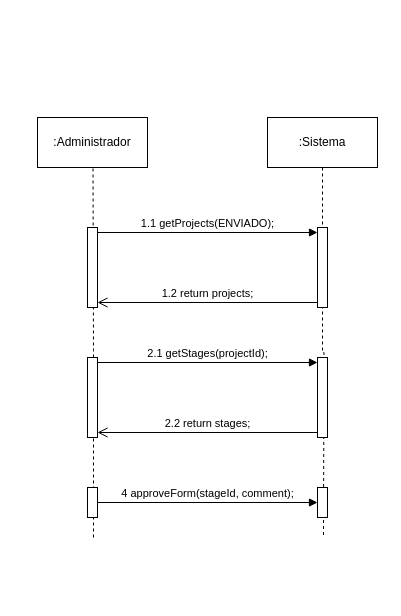
Earlier version of the draw.io diagram Trabalho final/5 - DSS/4 - Enviar feedback formulário.drawio (ViniciusKurek/CalculadoraAPS). Source tidied: cells renumbered, new cells numbered last; positions are measured from the earlier drawing's top-left corner, leaving out a move shared by most shapes. Both pictures are drawn from the tidied source at 100%, with x=0, y=0 at pixel (37, 117).
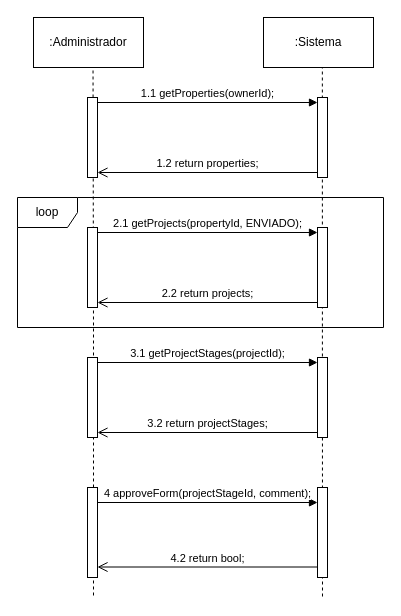
Above is the later version.

Unchanged cells that the change refers to:
```xml
<mxCell id="6" style="html=1;points=[[0,0,0,0,5],[0,1,0,0,-5],[1,0,0,0,5],[1,1,0,0,-5]];perimeter=orthogonalPerimeter;outlineConnect=0;targetShapes=umlLifeline;portConstraint=eastwest;newEdgeStyle={&quot;curved&quot;:0,&quot;rounded&quot;:0};" parent="1" vertex="1">
  <mxGeometry x="280" y="110" width="10" height="80" as="geometry" />
</mxCell>
<mxCell id="9" style="html=1;points=[[0,0,0,0,5],[0,1,0,0,-5],[1,0,0,0,5],[1,1,0,0,-5]];perimeter=orthogonalPerimeter;outlineConnect=0;targetShapes=umlLifeline;portConstraint=eastwest;newEdgeStyle={&quot;curved&quot;:0,&quot;rounded&quot;:0};" parent="1" vertex="1">
  <mxGeometry x="50" y="110" width="10" height="80" as="geometry" />
</mxCell>
<mxCell id="10" style="html=1;points=[[0,0,0,0,5],[0,1,0,0,-5],[1,0,0,0,5],[1,1,0,0,-5]];perimeter=orthogonalPerimeter;outlineConnect=0;targetShapes=umlLifeline;portConstraint=eastwest;newEdgeStyle={&quot;curved&quot;:0,&quot;rounded&quot;:0};" parent="1" vertex="1">
  <mxGeometry x="280" y="240" width="10" height="80" as="geometry" />
</mxCell>
<mxCell id="13" style="html=1;points=[[0,0,0,0,5],[0,1,0,0,-5],[1,0,0,0,5],[1,1,0,0,-5]];perimeter=orthogonalPerimeter;outlineConnect=0;targetShapes=umlLifeline;portConstraint=eastwest;newEdgeStyle={&quot;curved&quot;:0,&quot;rounded&quot;:0};" parent="1" vertex="1">
  <mxGeometry x="50" y="240" width="10" height="80" as="geometry" />
</mxCell>
```

Diff of the diagram source:
```diff
@@
     <mxCell id="2" style="edgeStyle=orthogonalEdgeStyle;rounded=0;orthogonalLoop=1;jettySize=auto;html=1;endArrow=none;endFill=0;dashed=1;" parent="1" edge="1">
       <mxGeometry relative="1" as="geometry">
-        <mxPoint x="55.5" y="45" as="sourcePoint" />
-        <mxPoint x="56" y="420" as="targetPoint" />
+        <mxPoint x="55.5" y="-65" as="sourcePoint" />
+        <mxPoint x="56" y="480" as="targetPoint" />
       </mxGeometry>
     </mxCell>
     <mxCell id="3" value=":Administrador" style="html=1;whiteSpace=wrap;" parent="1" vertex="1">
-      <mxGeometry width="110" height="50" as="geometry" />
+      <mxGeometry x="-4" y="-100" width="110" height="50" as="geometry" />
     </mxCell>
-    <mxCell id="4" style="edgeStyle=orthogonalEdgeStyle;rounded=0;jettySize=auto;html=1;dashed=1;endArrow=none;endFill=0;" parent="1" edge="1" source="5">
+    <mxCell id="4" style="edgeStyle=orthogonalEdgeStyle;rounded=0;jettySize=auto;html=1;dashed=1;endArrow=none;endFill=0;exitX=0.535;exitY=0.96;exitDx=0;exitDy=0;exitPerimeter=0;" parent="1" edge="1" source="5">
       <mxGeometry relative="1" as="geometry">
-        <mxPoint x="286" y="420" as="targetPoint" />
+        <mxPoint x="285" y="480" as="targetPoint" />
       </mxGeometry>
     </mxCell>
     <mxCell id="5" value=":Sistema" style="html=1;whiteSpace=wrap;" parent="1" vertex="1">
-      <mxGeometry x="230" width="110" height="50" as="geometry" />
+      <mxGeometry x="226" y="-100" width="110" height="50" as="geometry" />
     </mxCell>
@@
-    <mxCell id="7" value="1.1 getProjects(ENVIADO);" style="html=1;verticalAlign=bottom;endArrow=block;curved=0;rounded=0;entryX=0;entryY=0;entryDx=0;entryDy=5;exitX=1;exitY=0;exitDx=0;exitDy=5;exitPerimeter=0;" parent="1" edge="1" source="9" target="6">
+    <mxCell id="7" value="2.1 getProjects(propertyId, ENVIADO);" style="html=1;verticalAlign=bottom;endArrow=block;curved=0;rounded=0;entryX=0;entryY=0;entryDx=0;entryDy=5;exitX=1;exitY=0;exitDx=0;exitDy=5;exitPerimeter=0;" parent="1" edge="1" source="9" target="6">
       <mxGeometry relative="1" as="geometry" />
     </mxCell>
-    <mxCell id="8" value="1.2 return projects;" style="html=1;verticalAlign=bottom;endArrow=open;endSize=8;curved=0;rounded=0;exitX=0;exitY=1;exitDx=0;exitDy=-5;entryX=1;entryY=1;entryDx=0;entryDy=-5;entryPerimeter=0;" parent="1" edge="1" source="6" target="9">
+    <mxCell id="8" value="2.2 return projects;" style="html=1;verticalAlign=bottom;endArrow=open;endSize=8;curved=0;rounded=0;exitX=0;exitY=1;exitDx=0;exitDy=-5;entryX=1;entryY=1;entryDx=0;entryDy=-5;entryPerimeter=0;" parent="1" edge="1" source="6" target="9">
       <mxGeometry relative="1" as="geometry" />
     </mxCell>
@@
-    <mxCell id="11" value="2.1 getStages(projectId);" style="html=1;verticalAlign=bottom;endArrow=block;curved=0;rounded=0;entryX=0;entryY=0;entryDx=0;entryDy=5;exitX=1;exitY=0;exitDx=0;exitDy=5;exitPerimeter=0;" parent="1" edge="1" source="13" target="10">
+    <mxCell id="11" value="3.1 getProjectStages(projectId);" style="html=1;verticalAlign=bottom;endArrow=block;curved=0;rounded=0;entryX=0;entryY=0;entryDx=0;entryDy=5;exitX=1;exitY=0;exitDx=0;exitDy=5;exitPerimeter=0;" parent="1" edge="1" source="13" target="10">
       <mxGeometry relative="1" as="geometry" />
     </mxCell>
-    <mxCell id="12" value="2.2 return stages;" style="html=1;verticalAlign=bottom;endArrow=open;endSize=8;curved=0;rounded=0;exitX=0;exitY=1;exitDx=0;exitDy=-5;entryX=1;entryY=1;entryDx=0;entryDy=-5;entryPerimeter=0;" parent="1" edge="1" source="10" target="13">
+    <mxCell id="12" value="3.2 return projectStages;" style="html=1;verticalAlign=bottom;endArrow=open;endSize=8;curved=0;rounded=0;exitX=0;exitY=1;exitDx=0;exitDy=-5;entryX=1;entryY=1;entryDx=0;entryDy=-5;entryPerimeter=0;" parent="1" edge="1" source="10" target="13">
       <mxGeometry relative="1" as="geometry" />
     </mxCell>
@@
     <mxCell id="14" style="html=1;perimeter=orthogonalPerimeter;targetShapes=umlLifeline;newEdgeStyle={&quot;curved&quot;:0,&quot;rounded&quot;:0};" parent="1" vertex="1">
-      <mxGeometry x="280" y="370" width="10" height="30" as="geometry" />
+      <mxGeometry x="280" y="370" width="10" height="90" as="geometry" />
     </mxCell>
-    <mxCell id="15" value="4 approveForm(stageId, comment);" style="html=1;verticalAlign=bottom;endArrow=block;curved=0;rounded=0;entryX=0;entryY=0;entryDx=0;entryDy=5;exitX=1;exitY=0;exitDx=0;exitDy=5;exitPerimeter=0;" parent="1" edge="1">
+    <mxCell id="15" value="4 approveForm(projectStageId, comment);" style="html=1;verticalAlign=bottom;endArrow=block;curved=0;rounded=0;entryX=0;entryY=0;entryDx=0;entryDy=5;exitX=1;exitY=0;exitDx=0;exitDy=5;exitPerimeter=0;" parent="1" edge="1">
       <mxGeometry relative="1" as="geometry">
         <mxPoint x="60" y="385" as="sourcePoint" />
         <mxPoint x="280" y="385" as="targetPoint" />
       </mxGeometry>
     </mxCell>
     <mxCell id="16" style="html=1;perimeter=orthogonalPerimeter;targetShapes=umlLifeline;newEdgeStyle={&quot;curved&quot;:0,&quot;rounded&quot;:0};" parent="1" vertex="1">
-      <mxGeometry x="50" y="370" width="10" height="30" as="geometry" />
+      <mxGeometry x="50" y="370" width="10" height="90" as="geometry" />
     </mxCell>
+    <mxCell id="17" value="4.2 return bool;" style="html=1;verticalAlign=bottom;endArrow=open;endSize=8;curved=0;rounded=0;exitX=0;exitY=1;exitDx=0;exitDy=-5;entryX=1;entryY=1;entryDx=0;entryDy=-5;entryPerimeter=0;" parent="1" edge="1">
+      <mxGeometry relative="1" as="geometry">
+        <mxPoint x="280" y="449.5" as="sourcePoint" />
+        <mxPoint x="60" y="449.5" as="targetPoint" />
+      </mxGeometry>
+    </mxCell>
+    <mxCell id="18" style="html=1;points=[[0,0,0,0,5],[0,1,0,0,-5],[1,0,0,0,5],[1,1,0,0,-5]];perimeter=orthogonalPerimeter;outlineConnect=0;targetShapes=umlLifeline;portConstraint=eastwest;newEdgeStyle={&quot;curved&quot;:0,&quot;rounded&quot;:0};" parent="1" vertex="1">
+      <mxGeometry x="280" y="-20" width="10" height="80" as="geometry" />
+    </mxCell>
+    <mxCell id="19" value="1.1 getProperties(ownerId);" style="html=1;verticalAlign=bottom;endArrow=block;curved=0;rounded=0;entryX=0;entryY=0;entryDx=0;entryDy=5;exitX=1;exitY=0;exitDx=0;exitDy=5;exitPerimeter=0;" parent="1" edge="1" source="21" target="18">
+      <mxGeometry relative="1" as="geometry" />
+    </mxCell>
+    <mxCell id="20" value="1.2 return properties;" style="html=1;verticalAlign=bottom;endArrow=open;endSize=8;curved=0;rounded=0;exitX=0;exitY=1;exitDx=0;exitDy=-5;entryX=1;entryY=1;entryDx=0;entryDy=-5;entryPerimeter=0;" parent="1" edge="1" source="18" target="21">
+      <mxGeometry relative="1" as="geometry" />
+    </mxCell>
+    <mxCell id="21" style="html=1;points=[[0,0,0,0,5],[0,1,0,0,-5],[1,0,0,0,5],[1,1,0,0,-5]];perimeter=orthogonalPerimeter;outlineConnect=0;targetShapes=umlLifeline;portConstraint=eastwest;newEdgeStyle={&quot;curved&quot;:0,&quot;rounded&quot;:0};" parent="1" vertex="1">
+      <mxGeometry x="50" y="-20" width="10" height="80" as="geometry" />
+    </mxCell>
+    <mxCell id="22" value="loop" style="shape=umlFrame;whiteSpace=wrap;html=1;" parent="1" vertex="1">
+      <mxGeometry x="-20" y="80" width="366" height="130" as="geometry" />
+    </mxCell>
```
